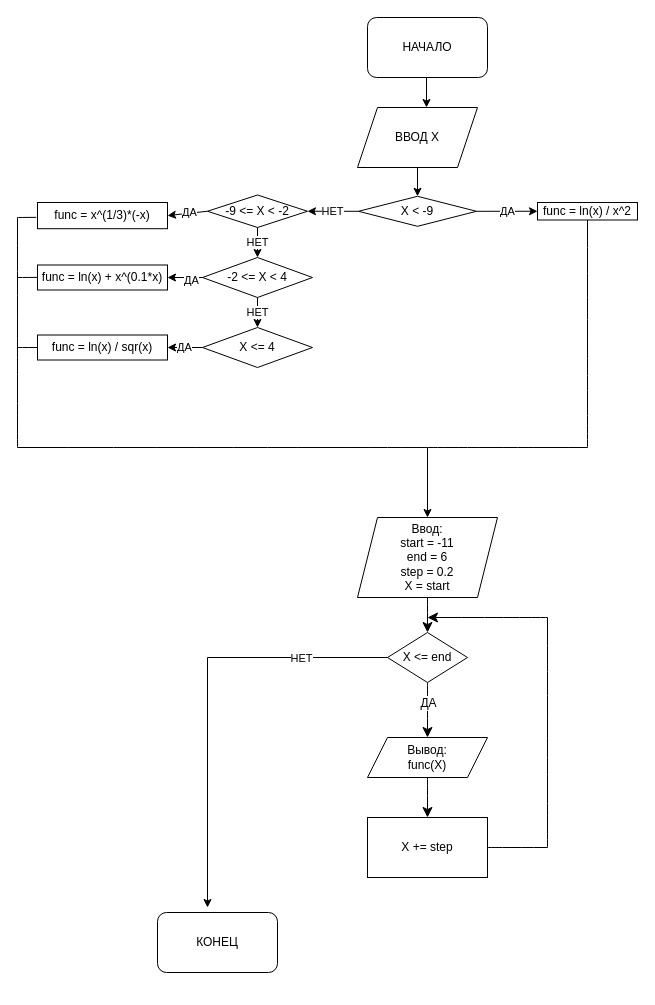
The draw.io diagram KR/1/lab_1_2.drawio in Orex2105/FAP, before the edit. Source tidied: cells renumbered, new cells numbered last; positions are measured from the earlier drawing's top-left corner, leaving out a move shared by most shapes. Both pictures are drawn from the tidied source at 100%, with x=0, y=0 at pixel (17, 17).
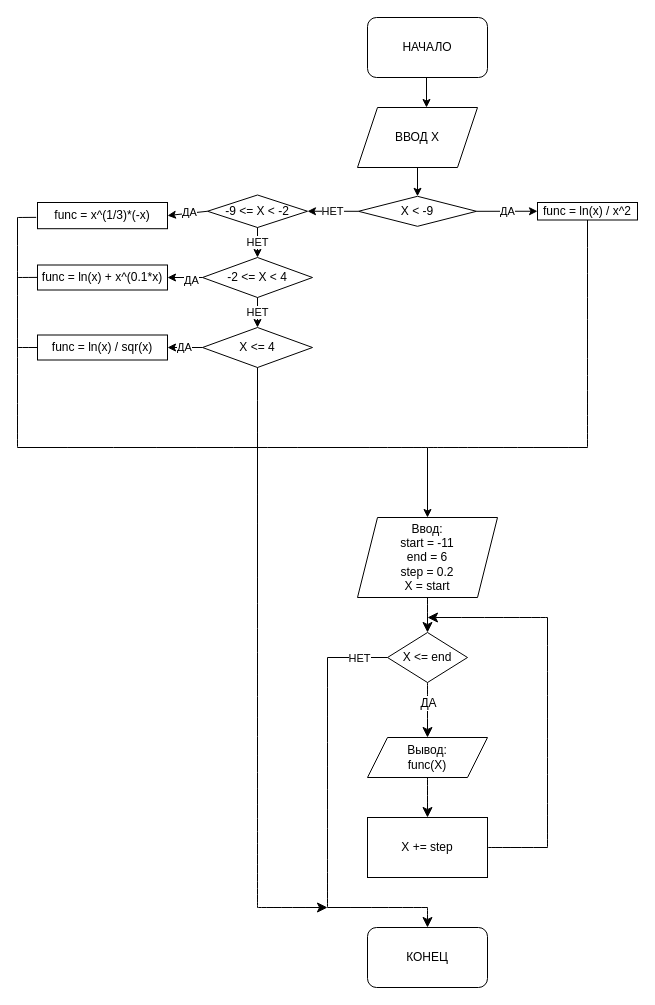
Above is the later version.

Commit message (it also covers changes not shown here):
заменены .drawio файлы

Unchanged cells that the change refers to:
```xml
<mxCell id="3" value="X &amp;lt;= end" style="rhombus;whiteSpace=wrap;html=1;" parent="1" vertex="1">
  <mxGeometry x="370" y="615" width="80" height="50" as="geometry" />
</mxCell>
<mxCell id="32" value="X &amp;lt;= 4" style="rhombus;whiteSpace=wrap;html=1;" parent="1" vertex="1">
  <mxGeometry x="185" y="310" width="110" height="40" as="geometry" />
</mxCell>
```

Change to the diagram source:
```diff
@@
     <mxCell id="14" value="КОНЕЦ" style="rounded=1;whiteSpace=wrap;html=1;" parent="1" vertex="1">
-      <mxGeometry x="140" y="895" width="120" height="60" as="geometry" />
+      <mxGeometry x="350" y="910" width="120" height="60" as="geometry" />
     </mxCell>
     <mxCell id="15" style="endArrow=none;html=1;rounded=0;entryX=0;entryY=0.5;entryDx=0;entryDy=0;" parent="1" edge="1" target="3">
       <mxGeometry relative="1" as="geometry">
-        <mxPoint x="190" y="640" as="sourcePoint" />
+        <mxPoint x="310" y="640" as="sourcePoint" />
       </mxGeometry>
     </mxCell>
@@
-    <mxCell id="17" style="endArrow=classic;html=1;rounded=0;" parent="1" edge="1">
-      <mxGeometry relative="1" as="geometry">
-        <mxPoint x="190" y="640" as="sourcePoint" />
-        <mxPoint x="190" y="890" as="targetPoint" />
-      </mxGeometry>
-    </mxCell>
@@
+    <mxCell id="46" style="endArrow=none;html=1;rounded=0;fontSize=12;startSize=8;endSize=8;curved=1;" parent="1" edge="1">
+      <mxGeometry relative="1" as="geometry">
+        <mxPoint x="310" y="890" as="sourcePoint" />
+        <mxPoint x="310" y="640" as="targetPoint" />
+      </mxGeometry>
+    </mxCell>
+    <mxCell id="47" style="endArrow=none;html=1;rounded=0;fontSize=12;startSize=8;endSize=8;curved=1;" parent="1" edge="1">
+      <mxGeometry relative="1" as="geometry">
+        <mxPoint x="410" y="890" as="sourcePoint" />
+        <mxPoint x="310" y="890" as="targetPoint" />
+      </mxGeometry>
+    </mxCell>
+    <mxCell id="48" style="endArrow=classic;html=1;rounded=0;fontSize=12;startSize=8;endSize=8;curved=1;entryX=0.5;entryY=0;entryDx=0;entryDy=0;" parent="1" edge="1" target="14">
+      <mxGeometry relative="1" as="geometry">
+        <mxPoint x="410" y="890" as="sourcePoint" />
+      </mxGeometry>
+    </mxCell>
+    <mxCell id="49" style="endArrow=none;html=1;rounded=0;fontSize=12;startSize=8;endSize=8;curved=1;entryX=0.5;entryY=1;entryDx=0;entryDy=0;" parent="1" edge="1" target="32">
+      <mxGeometry relative="1" as="geometry">
+        <mxPoint x="240" y="890" as="sourcePoint" />
+      </mxGeometry>
+    </mxCell>
+    <mxCell id="50" style="endArrow=classic;html=1;rounded=0;fontSize=12;startSize=8;endSize=8;curved=1;" parent="1" edge="1">
+      <mxGeometry relative="1" as="geometry">
+        <mxPoint x="240" y="890" as="sourcePoint" />
+        <mxPoint x="310" y="890" as="targetPoint" />
+      </mxGeometry>
+    </mxCell>
```
